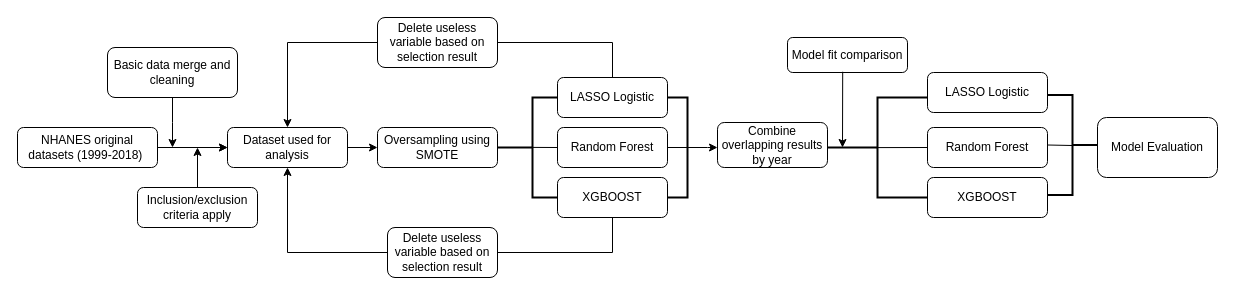
The draw.io diagram Results/Flowchart.drawio in xuetao666/625_Group5, before the edit. Source tidied: cells renumbered, new cells numbered last; positions are measured from the earlier drawing's top-left corner, leaving out a move shared by most shapes. Both pictures are drawn from the tidied source at 100%, with x=0, y=0 at pixel (17, 17).
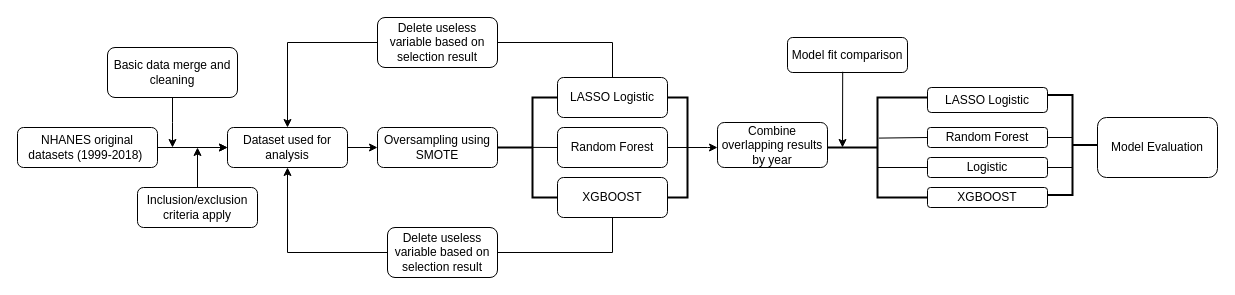
The same page after the edit.

The change refers to these unchanged cells:
```xml
<mxCell id="24" style="strokeWidth=2;html=1;shape=mxgraph.flowchart.annotation_2;align=left;labelPosition=right;" parent="1" vertex="1">
  <mxGeometry x="810" y="80" width="100" height="100" as="geometry" />
</mxCell>
<mxCell id="28" style="strokeWidth=2;html=1;shape=mxgraph.flowchart.annotation_2;align=left;labelPosition=right;direction=west;" parent="1" vertex="1">
  <mxGeometry x="1030" y="77.5" width="50" height="100" as="geometry" />
</mxCell>
```

Diff of the diagram source:
```diff
@@
     <mxCell id="25" value="LASSO Logistic" style="rounded=1;whiteSpace=wrap;html=1;" parent="1" vertex="1">
-      <mxGeometry x="910" y="55" width="120" height="40" as="geometry" />
+      <mxGeometry x="910" y="70" width="120" height="25" as="geometry" />
     </mxCell>
     <mxCell id="26" value="Random Forest" style="rounded=1;whiteSpace=wrap;html=1;" parent="1" vertex="1">
-      <mxGeometry x="910" y="110" width="120" height="40" as="geometry" />
+      <mxGeometry x="910" y="110" width="120" height="20" as="geometry" />
     </mxCell>
     <mxCell id="27" value="XGBOOST" style="rounded=1;whiteSpace=wrap;html=1;" parent="1" vertex="1">
-      <mxGeometry x="910" y="160" width="120" height="40" as="geometry" />
+      <mxGeometry x="910" y="170" width="120" height="20" as="geometry" />
     </mxCell>
@@
-    <mxCell id="29" style="endArrow=none;html=1;rounded=0;exitX=0;exitY=0.5;exitDx=0;exitDy=0;entryX=0.483;entryY=0.501;entryDx=0;entryDy=0;entryPerimeter=0;" parent="1" edge="1" source="26" target="24">
+    <mxCell id="29" style="endArrow=none;html=1;rounded=0;exitX=0;exitY=0.5;exitDx=0;exitDy=0;entryX=0.513;entryY=0.406;entryDx=0;entryDy=0;entryPerimeter=0;" parent="1" edge="1" source="26" target="24">
       <mxGeometry relative="1" as="geometry" />
     </mxCell>
-    <mxCell id="30" style="endArrow=none;html=1;rounded=0;exitX=1;exitY=0.5;exitDx=0;exitDy=0;exitPerimeter=0;" parent="1" edge="1" source="28">
+    <mxCell id="30" style="endArrow=none;html=1;rounded=0;" parent="1" edge="1">
       <mxGeometry relative="1" as="geometry">
-        <mxPoint x="1055" y="128" as="targetPoint" />
+        <mxPoint x="1030" y="120" as="sourcePoint" />
+        <mxPoint x="1055" y="120" as="targetPoint" />
       </mxGeometry>
     </mxCell>
@@
+    <mxCell id="37" value="Logistic" style="rounded=1;whiteSpace=wrap;html=1;" parent="1" vertex="1">
+      <mxGeometry x="910" y="140" width="120" height="20" as="geometry" />
+    </mxCell>
+    <mxCell id="38" style="endArrow=none;html=1;rounded=0;" parent="1" edge="1">
+      <mxGeometry relative="1" as="geometry">
+        <mxPoint x="910" y="150" as="sourcePoint" />
+        <mxPoint x="860" y="150" as="targetPoint" />
+      </mxGeometry>
+    </mxCell>
+    <mxCell id="39" style="endArrow=none;html=1;rounded=0;exitX=1;exitY=0.5;exitDx=0;exitDy=0;" parent="1" edge="1" source="37">
+      <mxGeometry relative="1" as="geometry">
+        <mxPoint x="1055" y="150" as="targetPoint" />
+      </mxGeometry>
+    </mxCell>
```
